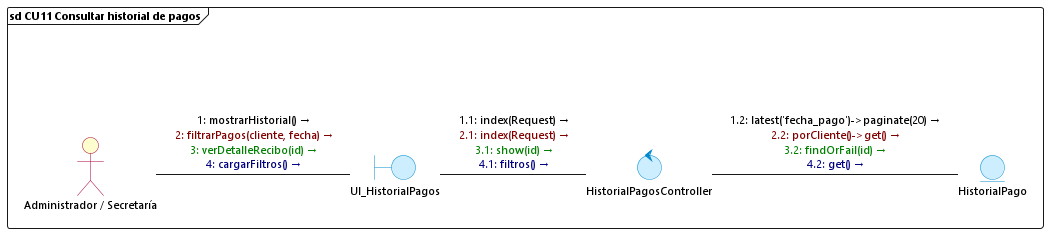
Before: diagramas/comunicacion/cu11_consultar_historial_pagos.png, a diagram exported from PlantUML (DiogoMars777/TELCOM-2.0).
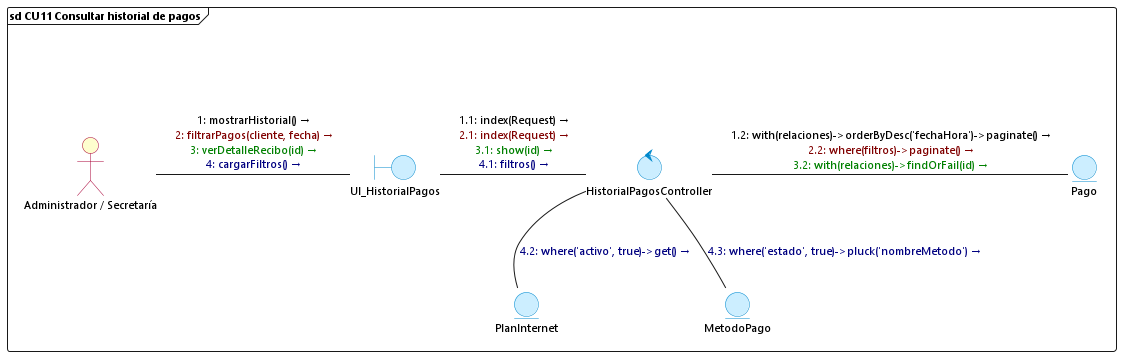
The same file after the commit.

Diff of the diagram source:
```diff
@@ -18,7 +18,9 @@
     actor "Administrador / Secretaría" as Admin
     boundary UI_HistorialPagos
     control HistorialPagosController
-    entity HistorialPago
+    entity Pago
+    entity PlanInternet
+    entity MetodoPago
 
     spacer -[hidden]down- Admin
 
@@ -26,6 +28,10 @@
 
     UI_HistorialPagos -right- HistorialPagosController : <font color=#000000>1.1: index(Request) →</font>\n<font color=#800000>2.1: index(Request) →</font>\n<font color=#008000>3.1: show(id) →</font>\n<font color=#000080>4.1: filtros() →</font>
 
-    HistorialPagosController -right- HistorialPago : <font color=#000000>1.2: latest('fecha_pago')->paginate(20) →</font>\n<font color=#800000>2.2: porCliente()->get() →</font>\n<font color=#008000>3.2: findOrFail(id) →</font>\n<font color=#000080>4.2: get() →</font>
+    HistorialPagosController -right- Pago : <font color=#000000>1.2: with(relaciones)->orderByDesc('fechaHora')->paginate() →</font>\n<font color=#800000>2.2: where(filtros)->paginate() →</font>\n<font color=#008000>3.2: with(relaciones)->findOrFail(id) →</font>
+
+    HistorialPagosController -down- PlanInternet : <font color=#000080>4.2: where('activo', true)->get() →</font>
+
+    HistorialPagosController -down- MetodoPago : <font color=#000080>4.3: where('estado', true)->pluck('nombreMetodo') →</font>
 }
 @enduml
```
